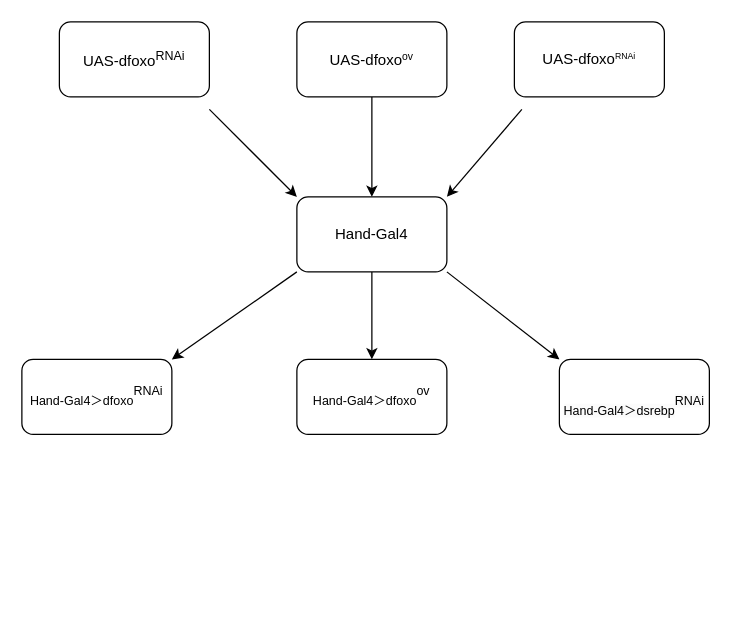
Above: 未命名绘图.drawio in hanhuiyan/Chinese-STD-GB-T-7714-related-csl (draw.io), before the change. Source tidied: cells renumbered, new cells numbered last; positions are measured from the earlier drawing's top-left corner, leaving out a move shared by most shapes. Both pictures are drawn from the tidied source at 125%, with x=0, y=0 at pixel (21, 21).
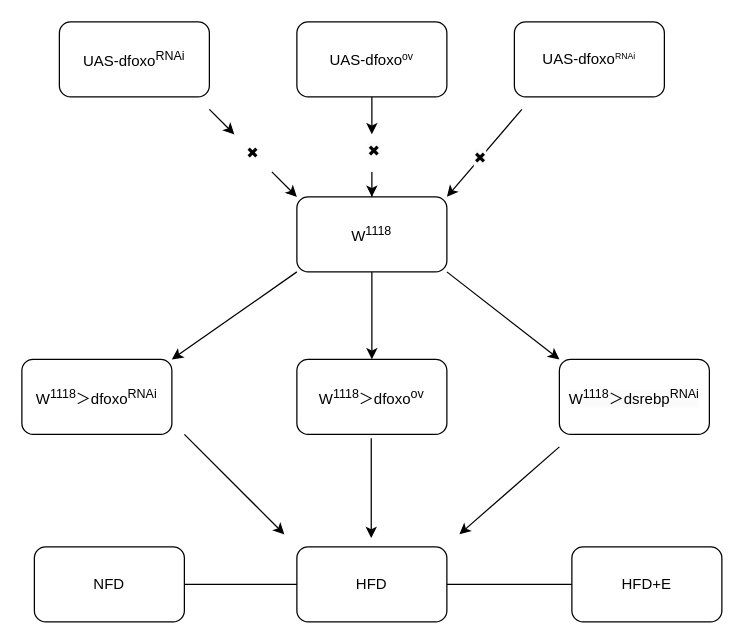
The same page after the edit.

Commit message:
更新未命名绘图.drawio

Unchanged cells that the change refers to:
```xml
<mxCell id="4" value="UAS-dfoxo&lt;span style=&quot;font-size: 10px;&quot;&gt;&lt;sup&gt;ov&lt;/sup&gt;&lt;/span&gt;" style="rounded=1;whiteSpace=wrap;html=1;" parent="1" vertex="1">
  <mxGeometry x="220" width="120" height="60" as="geometry" />
</mxCell>
```

Change to the diagram source:
```diff
@@
-    <mxCell id="3" style="edgeStyle=orthogonalEdgeStyle;rounded=0;jettySize=auto;html=1;" parent="1" edge="1" source="4" target="7">
+    <mxCell id="3" style="edgeStyle=orthogonalEdgeStyle;rounded=0;jettySize=auto;html=1;" parent="1" edge="1" source="17" target="7">
       <mxGeometry relative="1" as="geometry" />
     </mxCell>
@@
-    <mxCell id="7" value="Hand-Gal4" style="whiteSpace=wrap;html=1;rounded=1;" parent="1" vertex="1">
+    <mxCell id="7" value="W&lt;sup&gt;1118&lt;/sup&gt;" style="whiteSpace=wrap;html=1;rounded=1;" parent="1" vertex="1">
       <mxGeometry x="220" y="140" width="120" height="60" as="geometry" />
     </mxCell>
-    <mxCell id="8" value="&lt;sub&gt;Hand-Gal4＞dfoxo&lt;/sub&gt;&lt;sup&gt;RNAi&lt;/sup&gt;" style="whiteSpace=wrap;html=1;rounded=1;" parent="1" vertex="1">
+    <mxCell id="8" value="W&lt;sup&gt;1118&lt;/sup&gt;＞dfoxo&lt;sup&gt;RNAi&lt;/sup&gt;" style="whiteSpace=wrap;html=1;rounded=1;" parent="1" vertex="1">
       <mxGeometry y="270" width="120" height="60" as="geometry" />
     </mxCell>
-    <mxCell id="9" value="&lt;sub style=&quot;border-color: var(--border-color);&quot;&gt;Hand-Gal4＞dfoxo&lt;/sub&gt;&lt;sup style=&quot;border-color: var(--border-color);&quot;&gt;ov&lt;/sup&gt;" style="whiteSpace=wrap;html=1;rounded=1;" parent="1" vertex="1">
+    <mxCell id="9" value="&lt;span style=&quot;border-color: var(--border-color);&quot;&gt;&lt;span style=&quot;border-color: var(--border-color);&quot;&gt;W&lt;/span&gt;&lt;span style=&quot;border-color: var(--border-color);&quot;&gt;&lt;sup&gt;1118&lt;/sup&gt;&lt;/span&gt;＞dfoxo&lt;/span&gt;&lt;span style=&quot;border-color: var(--border-color);&quot;&gt;&lt;sup&gt;ov&lt;/sup&gt;&lt;/span&gt;" style="whiteSpace=wrap;html=1;rounded=1;" parent="1" vertex="1">
       <mxGeometry x="220" y="270" width="120" height="60" as="geometry" />
     </mxCell>
-    <mxCell id="10" value="&lt;br&gt;&lt;sub style=&quot;border-color: var(--border-color); color: rgb(0, 0, 0); font-family: Helvetica; font-style: normal; font-variant-ligatures: normal; font-variant-caps: normal; font-weight: 400; letter-spacing: normal; orphans: 2; text-align: center; text-indent: 0px; text-transform: none; widows: 2; word-spacing: 0px; -webkit-text-stroke-width: 0px; background-color: rgb(251, 251, 251); text-decoration-thickness: initial; text-decoration-style: initial; text-decoration-color: initial;&quot;&gt;Hand-Gal4＞dsrebp&lt;/sub&gt;&lt;sup style=&quot;border-color: var(--border-color); color: rgb(0, 0, 0); font-family: Helvetica; font-style: normal; font-variant-ligatures: normal; font-variant-caps: normal; font-weight: 400; letter-spacing: normal; orphans: 2; text-align: center; text-indent: 0px; text-transform: none; widows: 2; word-spacing: 0px; -webkit-text-stroke-width: 0px; background-color: rgb(251, 251, 251); text-decoration-thickness: initial; text-decoration-style: initial; text-decoration-color: initial;&quot;&gt;RNAi&lt;br&gt;&lt;/sup&gt;" style="whiteSpace=wrap;html=1;rounded=1;" parent="1" vertex="1">
+    <mxCell id="10" value="&lt;span style=&quot;border-color: var(--border-color); color: rgb(0, 0, 0); font-family: Helvetica; font-style: normal; font-variant-ligatures: normal; font-variant-caps: normal; font-weight: 400; letter-spacing: normal; orphans: 2; text-align: center; text-indent: 0px; text-transform: none; widows: 2; word-spacing: 0px; -webkit-text-stroke-width: 0px; background-color: rgb(251, 251, 251); text-decoration-thickness: initial; text-decoration-style: initial; text-decoration-color: initial;&quot;&gt;&lt;span style=&quot;border-color: var(--border-color);&quot;&gt;W&lt;/span&gt;&lt;span style=&quot;border-color: var(--border-color);&quot;&gt;&lt;sup&gt;1118&lt;/sup&gt;＞dsrebp&lt;/span&gt;&lt;span style=&quot;border-color: var(--border-color);&quot;&gt;&lt;sup&gt;RNAi&lt;/sup&gt;&lt;/span&gt;&lt;br&gt;&lt;/span&gt;" style="whiteSpace=wrap;html=1;rounded=1;" parent="1" vertex="1">
       <mxGeometry x="430" y="270" width="120" height="60" as="geometry" />
     </mxCell>
-    <mxCell id="11" style="endArrow=classic;html=1;rounded=0;entryX=0;entryY=0;entryDx=0;entryDy=0;" parent="1" edge="1" target="7">
-      <mxGeometry relative="1" as="geometry">
-        <mxPoint x="150" y="70" as="sourcePoint" />
-      </mxGeometry>
+    <mxCell id="11" style="endArrow=classic;html=1;rounded=0;entryX=0;entryY=0;entryDx=0;entryDy=0;" parent="1" edge="1" source="19" target="7">
+      <mxGeometry relative="1" as="geometry" />
     </mxCell>
@@
+    <mxCell id="15" value="&lt;span style=&quot;color: rgb(0, 0, 0); font-family: Helvetica; font-size: 12px; font-style: normal; font-variant-ligatures: normal; font-variant-caps: normal; font-weight: 400; letter-spacing: normal; orphans: 2; text-align: center; text-indent: 0px; text-transform: none; widows: 2; word-spacing: 0px; -webkit-text-stroke-width: 0px; background-color: rgb(251, 251, 251); text-decoration-thickness: initial; text-decoration-style: initial; text-decoration-color: initial; float: none; display: inline !important;&quot;&gt;✖&lt;/span&gt;" style="text;whiteSpace=wrap;html=1;" parent="1" vertex="1">
+      <mxGeometry x="360" y="95" width="40" height="40" as="geometry" />
+    </mxCell>
+    <mxCell id="16" style="edgeStyle=orthogonalEdgeStyle;rounded=0;jettySize=auto;html=1;" parent="1" edge="1" source="4" target="17">
+      <mxGeometry relative="1" as="geometry" />
+    </mxCell>
+    <mxCell id="17" value="&lt;span style=&quot;color: rgb(0, 0, 0); font-family: Helvetica; font-size: 12px; font-style: normal; font-variant-ligatures: normal; font-variant-caps: normal; font-weight: 400; letter-spacing: normal; orphans: 2; text-align: center; text-indent: 0px; text-transform: none; widows: 2; word-spacing: 0px; -webkit-text-stroke-width: 0px; background-color: rgb(251, 251, 251); text-decoration-thickness: initial; text-decoration-style: initial; text-decoration-color: initial; float: none; display: inline !important;&quot;&gt;✖&lt;/span&gt;" style="text;whiteSpace=wrap;html=1;" parent="1" vertex="1">
+      <mxGeometry x="275" y="90" width="10" height="40" as="geometry" />
+    </mxCell>
+    <mxCell id="18" style="endArrow=classic;html=1;rounded=0;entryX=0;entryY=0;entryDx=0;entryDy=0;" parent="1" edge="1" target="19">
+      <mxGeometry relative="1" as="geometry">
+        <mxPoint x="150" y="70" as="sourcePoint" />
+      </mxGeometry>
+    </mxCell>
+    <mxCell id="19" value="✖" style="text;html=1;strokeColor=none;fillColor=none;align=center;verticalAlign=middle;whiteSpace=wrap;rounded=0;" parent="1" vertex="1">
+      <mxGeometry x="170" y="90" width="30" height="30" as="geometry" />
+    </mxCell>
+    <mxCell id="20" value="NFD" style="rounded=1;whiteSpace=wrap;html=1;" parent="1" vertex="1">
+      <mxGeometry x="10" y="420" width="120" height="60" as="geometry" />
+    </mxCell>
+    <mxCell id="21" value="HFD+E" style="rounded=1;whiteSpace=wrap;html=1;" parent="1" vertex="1">
+      <mxGeometry x="440" y="420" width="120" height="60" as="geometry" />
+    </mxCell>
+    <mxCell id="22" value="HFD" style="rounded=1;whiteSpace=wrap;html=1;" parent="1" vertex="1">
+      <mxGeometry x="220" y="420" width="120" height="60" as="geometry" />
+    </mxCell>
+    <mxCell id="23" style="endArrow=none;html=1;rounded=0;entryX=0;entryY=0.5;entryDx=0;entryDy=0;exitX=1;exitY=0.5;exitDx=0;exitDy=0;" parent="1" edge="1" source="22" target="21">
+      <mxGeometry relative="1" as="geometry" />
+    </mxCell>
+    <mxCell id="24" style="endArrow=none;html=1;rounded=0;entryX=0;entryY=0.5;entryDx=0;entryDy=0;exitX=1;exitY=0.5;exitDx=0;exitDy=0;" parent="1" edge="1" source="20" target="22">
+      <mxGeometry relative="1" as="geometry" />
+    </mxCell>
+    <mxCell id="25" style="endArrow=classic;html=1;rounded=0;" parent="1" edge="1">
+      <mxGeometry relative="1" as="geometry">
+        <mxPoint x="130" y="330" as="sourcePoint" />
+        <mxPoint x="210" y="410" as="targetPoint" />
+      </mxGeometry>
+    </mxCell>
+    <mxCell id="26" style="endArrow=classic;html=1;rounded=0;entryX=0.5;entryY=0;entryDx=0;entryDy=0;" parent="1" edge="1">
+      <mxGeometry relative="1" as="geometry">
+        <mxPoint x="279.5" y="333" as="sourcePoint" />
+        <mxPoint x="279.5" y="413" as="targetPoint" />
+      </mxGeometry>
+    </mxCell>
+    <mxCell id="27" style="endArrow=classic;html=1;rounded=0;" parent="1" edge="1">
+      <mxGeometry relative="1" as="geometry">
+        <mxPoint x="430" y="340" as="sourcePoint" />
+        <mxPoint x="350" y="410" as="targetPoint" />
+      </mxGeometry>
+    </mxCell>
```
